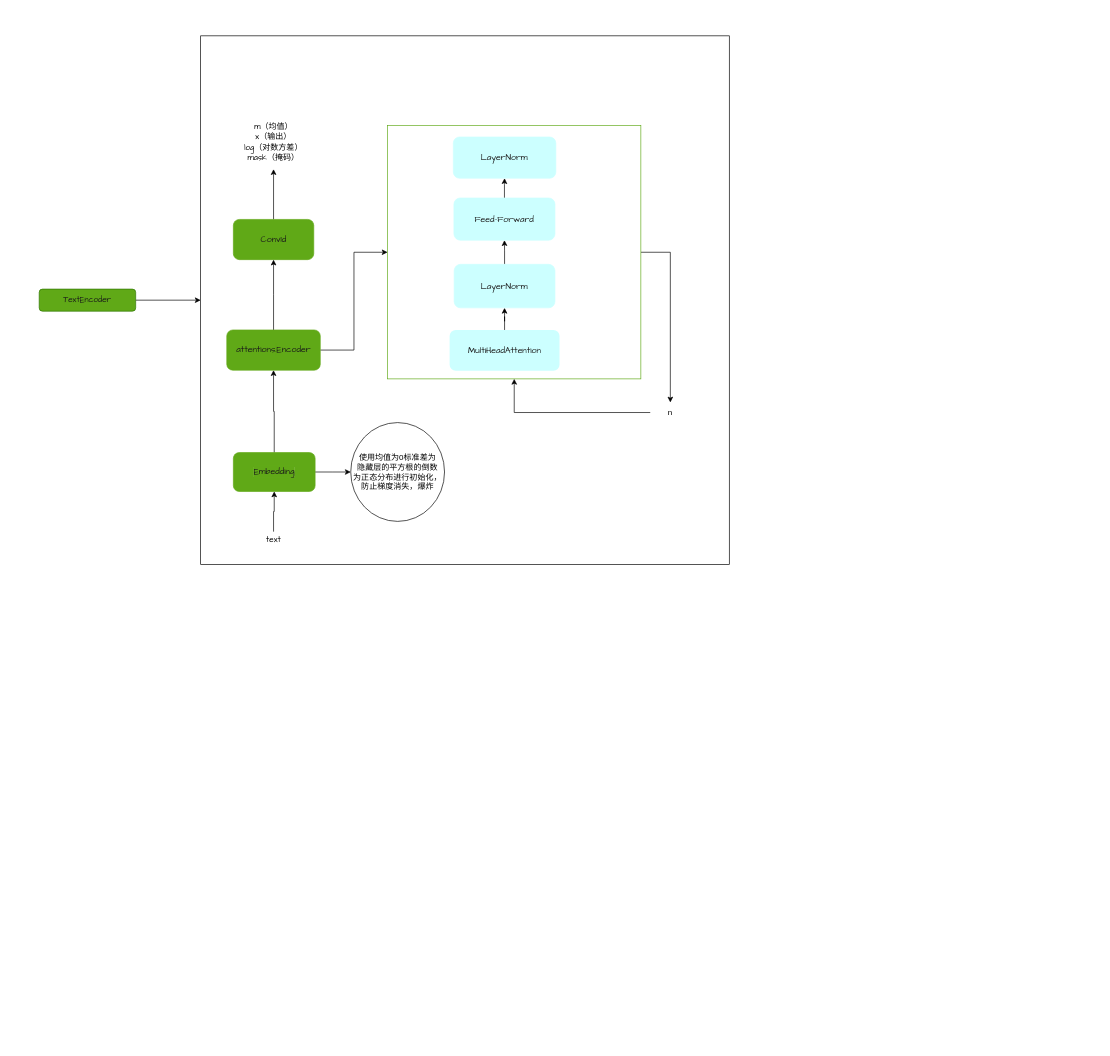
Above: 未命名绘图.drawio in Paramoeciu-bug/vits (draw.io), before the change. Source tidied: cells renumbered, new cells numbered last; positions are measured from the earlier drawing's top-left corner, leaving out a move shared by most shapes. Both pictures are drawn from the tidied source at 67%, with x=0, y=0 at pixel (39, 36).
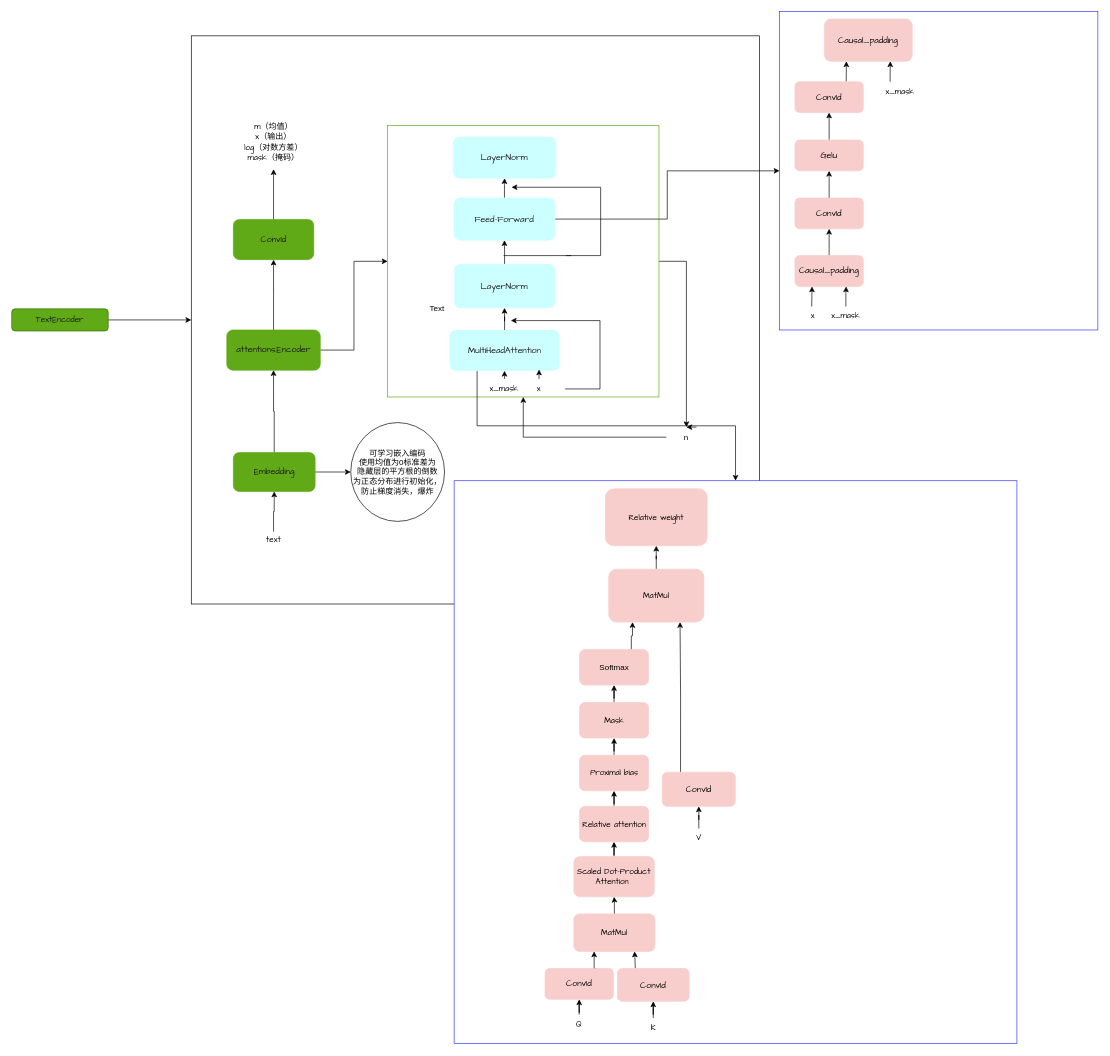
The same diagram, later.

Commit message:
更新未命名绘图.drawio

Unchanged cells that the change refers to:
```xml
<mxCell id="20" value="&lt;div style=&quot;&quot;&gt;&lt;div style=&quot;font-size: 9.8pt;&quot;&gt;&lt;div style=&quot;&quot;&gt;&lt;div style=&quot;font-size: 9.8pt;&quot;&gt;MultiHeadAttention&lt;/div&gt;&lt;/div&gt;&lt;/div&gt;&lt;/div&gt;" style="rounded=1;whiteSpace=wrap;html=1;labelBackgroundColor=#CCFFFF;strokeColor=none;fillColor=#CCFFFF;labelBorderColor=none;fontColor=#1A1A1A;fontFamily=Comic Sans MS;" parent="1" vertex="1">
  <mxGeometry x="612.6" y="439" width="164" height="61" as="geometry" />
</mxCell>
<mxCell id="24" value="&lt;div style=&quot;&quot;&gt;&lt;div style=&quot;&quot;&gt;&lt;font&gt;&lt;span style=&quot;font-size: 13.0667px;&quot;&gt;Feed-Forward&lt;/span&gt;&lt;/font&gt;&lt;font style=&quot;&quot;&gt;&lt;span style=&quot;font-size: 9.8pt;&quot;&gt;&lt;/span&gt;&lt;/font&gt;&lt;/div&gt;&lt;/div&gt;" style="rounded=1;whiteSpace=wrap;html=1;labelBackgroundColor=#CCFFFF;fontColor=#1A1A1A;strokeColor=#CCFFFF;fillColor=#CCFFFF;fontFamily=Comic Sans MS;" parent="1" vertex="1">
  <mxGeometry x="619" y="242" width="150.8" height="63" as="geometry" />
</mxCell>
```

Change to the diagram source:
```diff
@@
     <mxCell id="3" value="TextEncoder" style="rounded=1;whiteSpace=wrap;html=1;fillColor=#60a917;strokeColor=#2D7600;fontColor=#1A1A1A;fontStyle=0;fontFamily=Comic Sans MS;" parent="1" vertex="1">
-      <mxGeometry y="378" width="144" height="33" as="geometry" />
+      <mxGeometry x="-41" y="407.5" width="144" height="33" as="geometry" />
     </mxCell>
     <mxCell id="4" style="whiteSpace=wrap;html=1;labelBackgroundColor=#60A917;fontColor=#1A1A1A;fontFamily=Comic Sans MS;" parent="1" vertex="1">
-      <mxGeometry x="241" width="789" height="789" as="geometry" />
+      <mxGeometry x="227" width="848" height="848" as="geometry" />
     </mxCell>
@@
-    <mxCell id="15" value="使用均值为0标准差为&lt;br&gt;隐藏层的平方根的倒数&lt;br&gt;为正态分布进行初始化，&lt;br&gt;防止梯度消失，爆炸" style="ellipse;whiteSpace=wrap;html=1;" parent="1" vertex="1">
+    <mxCell id="15" value="可学习嵌入编码&lt;br&gt;使用均值为0标准差为&lt;br&gt;隐藏层的平方根的倒数&lt;br&gt;为正态分布进行初始化，&lt;br&gt;防止梯度消失，爆炸" style="ellipse;whiteSpace=wrap;html=1;" parent="1" vertex="1">
       <mxGeometry x="465" y="577.2" width="140" height="147.5" as="geometry" />
     </mxCell>
@@
     <mxCell id="17" style="whiteSpace=wrap;html=1;strokeColor=#60A917;gradientColor=none;fillColor=default;" parent="1" vertex="1">
-      <mxGeometry x="520" y="134" width="378" height="378" as="geometry" />
+      <mxGeometry x="520" y="134" width="405" height="405" as="geometry" />
     </mxCell>
@@
+    <mxCell id="28" style="edgeStyle=orthogonalEdgeStyle;rounded=0;jettySize=auto;html=1;exitX=0.25;exitY=1;exitDx=0;exitDy=0;entryX=0.5;entryY=0;entryDx=0;entryDy=0;" parent="1" edge="1" source="20" target="30">
+      <mxGeometry relative="1" as="geometry" />
+    </mxCell>
@@
+    <mxCell id="29" style="edgeStyle=orthogonalEdgeStyle;rounded=0;jettySize=auto;html=1;" parent="1" edge="1" source="24" target="59">
+      <mxGeometry relative="1" as="geometry" />
+    </mxCell>
@@
     <mxCell id="27" value="n" style="text;html=1;align=center;verticalAlign=middle;whiteSpace=wrap;rounded=0;" parent="1" vertex="1">
-      <mxGeometry x="912" y="547.2" width="60" height="30" as="geometry" />
+      <mxGeometry x="936" y="584" width="60" height="30" as="geometry" />
     </mxCell>
+    <mxCell id="30" style="whiteSpace=wrap;html=1;strokeColor=#3333FF;" parent="1" vertex="1">
+      <mxGeometry x="619.3" y="664" width="840" height="840" as="geometry" />
+    </mxCell>
+    <mxCell id="31" style="edgeStyle=orthogonalEdgeStyle;rounded=0;jettySize=auto;html=1;exitX=0.75;exitY=0;exitDx=0;exitDy=0;entryX=0.25;entryY=1;entryDx=0;entryDy=0;" parent="1" edge="1" source="32" target="44">
+      <mxGeometry relative="1" as="geometry" />
+    </mxCell>
+    <mxCell id="32" value="&lt;div style=&quot;&quot;&gt;&lt;div style=&quot;font-size: 9.8pt;&quot;&gt;Conv1d&lt;/div&gt;&lt;/div&gt;" style="rounded=1;whiteSpace=wrap;html=1;labelBackgroundColor=#F8CECC;strokeColor=#F8CECC;fillColor=#F8CECC;fontFamily=Comic Sans MS;" parent="1" vertex="1">
+      <mxGeometry x="755" y="1392" width="102" height="46" as="geometry" />
+    </mxCell>
+    <mxCell id="33" style="edgeStyle=orthogonalEdgeStyle;rounded=0;jettySize=auto;html=1;exitX=0.25;exitY=0;exitDx=0;exitDy=0;entryX=0.75;entryY=1;entryDx=0;entryDy=0;" parent="1" edge="1" source="34" target="44">
+      <mxGeometry relative="1" as="geometry" />
+    </mxCell>
+    <mxCell id="34" value="&lt;div style=&quot;&quot;&gt;&lt;div style=&quot;font-size: 9.8pt;&quot;&gt;Conv1d&lt;/div&gt;&lt;/div&gt;" style="rounded=1;whiteSpace=wrap;html=1;labelBackgroundColor=#F8CECC;strokeColor=#F8CECC;fillColor=#F8CECC;fontFamily=Comic Sans MS;" parent="1" vertex="1">
+      <mxGeometry x="863" y="1392" width="107" height="49" as="geometry" />
+    </mxCell>
+    <mxCell id="35" style="edgeStyle=orthogonalEdgeStyle;rounded=0;jettySize=auto;html=1;exitX=0.25;exitY=0;exitDx=0;exitDy=0;entryX=0.75;entryY=1;entryDx=0;entryDy=0;" parent="1" edge="1" source="36" target="56">
+      <mxGeometry relative="1" as="geometry" />
+    </mxCell>
+    <mxCell id="36" value="&lt;div style=&quot;&quot;&gt;&lt;div style=&quot;font-size: 9.8pt;&quot;&gt;Conv1d&lt;/div&gt;&lt;/div&gt;" style="rounded=1;whiteSpace=wrap;html=1;labelBackgroundColor=#F8CECC;strokeColor=#F8CECC;fillColor=#F8CECC;fontFamily=Comic Sans MS;" parent="1" vertex="1">
+      <mxGeometry x="930" y="1099" width="109" height="51" as="geometry" />
+    </mxCell>
+    <mxCell id="37" style="edgeStyle=orthogonalEdgeStyle;rounded=0;jettySize=auto;html=1;" parent="1" edge="1" source="38" target="32">
+      <mxGeometry relative="1" as="geometry" />
+    </mxCell>
+    <mxCell id="38" value="Q" style="text;html=1;align=center;verticalAlign=middle;whiteSpace=wrap;rounded=0;fontFamily=Comic Sans MS;" parent="1" vertex="1">
+      <mxGeometry x="776" y="1461" width="60" height="30" as="geometry" />
+    </mxCell>
+    <mxCell id="39" style="edgeStyle=orthogonalEdgeStyle;rounded=0;jettySize=auto;html=1;entryX=0.5;entryY=1;entryDx=0;entryDy=0;" parent="1" edge="1" source="40" target="34">
+      <mxGeometry relative="1" as="geometry" />
+    </mxCell>
+    <mxCell id="40" value="K" style="text;html=1;align=center;verticalAlign=middle;whiteSpace=wrap;rounded=0;fontFamily=Comic Sans MS;" parent="1" vertex="1">
+      <mxGeometry x="886.5" y="1466" width="60" height="30" as="geometry" />
+    </mxCell>
+    <mxCell id="41" style="edgeStyle=orthogonalEdgeStyle;rounded=0;jettySize=auto;html=1;" parent="1" edge="1" source="42" target="36">
+      <mxGeometry relative="1" as="geometry" />
+    </mxCell>
+    <mxCell id="42" value="V" style="text;html=1;align=center;verticalAlign=middle;whiteSpace=wrap;rounded=0;fontFamily=Comic Sans MS;" parent="1" vertex="1">
+      <mxGeometry x="954.5" y="1183" width="60" height="30" as="geometry" />
+    </mxCell>
+    <mxCell id="43" style="edgeStyle=orthogonalEdgeStyle;rounded=0;jettySize=auto;html=1;" parent="1" edge="1" source="44" target="46">
+      <mxGeometry relative="1" as="geometry" />
+    </mxCell>
+    <mxCell id="44" value="MatMul" style="rounded=1;whiteSpace=wrap;html=1;fontFamily=Comic Sans MS;fontColor=default;labelBorderColor=#F8CECC;labelBackgroundColor=#F8CECC;strokeColor=#F8CECC;fillColor=#F8CECC;" parent="1" vertex="1">
+      <mxGeometry x="798" y="1310.5" width="121" height="56" as="geometry" />
+    </mxCell>
+    <mxCell id="45" style="edgeStyle=orthogonalEdgeStyle;rounded=0;jettySize=auto;html=1;" parent="1" edge="1" source="46" target="48">
+      <mxGeometry relative="1" as="geometry" />
+    </mxCell>
+    <mxCell id="46" value="Scaled Dot-Product Attention&amp;nbsp;" style="rounded=1;whiteSpace=wrap;html=1;fontFamily=Comic Sans MS;labelBackgroundColor=#F8CECC;fillColor=#F8CECC;strokeColor=#F8CECC;" parent="1" vertex="1">
+      <mxGeometry x="798" y="1225" width="120" height="60" as="geometry" />
+    </mxCell>
+    <mxCell id="47" style="edgeStyle=orthogonalEdgeStyle;rounded=0;jettySize=auto;html=1;" parent="1" edge="1" source="48" target="50">
+      <mxGeometry relative="1" as="geometry" />
+    </mxCell>
+    <mxCell id="48" value="&lt;font face=&quot;Comic Sans MS&quot;&gt;Relative attention&lt;/font&gt;" style="rounded=1;whiteSpace=wrap;html=1;fillColor=#F8CECC;strokeColor=#F8CECC;" parent="1" vertex="1">
+      <mxGeometry x="806.5" y="1150" width="103" height="53" as="geometry" />
+    </mxCell>
+    <mxCell id="49" style="edgeStyle=orthogonalEdgeStyle;rounded=0;jettySize=auto;html=1;" parent="1" edge="1" source="50" target="52">
+      <mxGeometry relative="1" as="geometry" />
+    </mxCell>
+    <mxCell id="50" value="&lt;font face=&quot;Comic Sans MS&quot;&gt;Proximal bias&lt;/font&gt;" style="rounded=1;whiteSpace=wrap;html=1;fillColor=#F8CECC;strokeColor=#F8CECC;" parent="1" vertex="1">
+      <mxGeometry x="806.5" y="1073.8" width="103" height="53" as="geometry" />
+    </mxCell>
+    <mxCell id="51" style="edgeStyle=orthogonalEdgeStyle;rounded=0;jettySize=auto;html=1;entryX=0.5;entryY=1;entryDx=0;entryDy=0;" parent="1" edge="1" source="52" target="54">
+      <mxGeometry relative="1" as="geometry" />
+    </mxCell>
+    <mxCell id="52" value="&lt;font face=&quot;Comic Sans MS&quot;&gt;Mask&lt;/font&gt;" style="rounded=1;whiteSpace=wrap;html=1;fillColor=#F8CECC;strokeColor=#F8CECC;" parent="1" vertex="1">
+      <mxGeometry x="806.5" y="995" width="103" height="53" as="geometry" />
+    </mxCell>
+    <mxCell id="53" style="edgeStyle=orthogonalEdgeStyle;rounded=0;jettySize=auto;html=1;exitX=0.75;exitY=0;exitDx=0;exitDy=0;entryX=0.25;entryY=1;entryDx=0;entryDy=0;" parent="1" edge="1" source="54" target="56">
+      <mxGeometry relative="1" as="geometry" />
+    </mxCell>
+    <mxCell id="54" value="Softmax" style="rounded=1;whiteSpace=wrap;html=1;fillColor=#F8CECC;strokeColor=#F8CECC;" parent="1" vertex="1">
+      <mxGeometry x="806.5" y="916" width="103" height="53" as="geometry" />
+    </mxCell>
+    <mxCell id="55" style="edgeStyle=orthogonalEdgeStyle;rounded=0;jettySize=auto;html=1;exitX=0.5;exitY=0;exitDx=0;exitDy=0;" parent="1" edge="1" source="56" target="84">
+      <mxGeometry relative="1" as="geometry" />
+    </mxCell>
+    <mxCell id="56" value="MatMul" style="rounded=1;whiteSpace=wrap;html=1;fontFamily=Comic Sans MS;fontColor=default;labelBorderColor=#F8CECC;labelBackgroundColor=#F8CECC;strokeColor=#F8CECC;fillColor=#F8CECC;" parent="1" vertex="1">
+      <mxGeometry x="850" y="796" width="142" height="79" as="geometry" />
+    </mxCell>
+    <mxCell id="57" style="edgeStyle=orthogonalEdgeStyle;rounded=0;orthogonalLoop=1;jettySize=auto;html=1;exitX=0.5;exitY=1;exitDx=0;exitDy=0;" parent="1" edge="1" source="36" target="36">
+      <mxGeometry relative="1" as="geometry" />
+    </mxCell>
+    <mxCell id="58" style="edgeStyle=orthogonalEdgeStyle;rounded=0;orthogonalLoop=1;jettySize=auto;html=1;exitX=0.5;exitY=1;exitDx=0;exitDy=0;" parent="1" edge="1" source="42" target="42">
+      <mxGeometry relative="1" as="geometry" />
+    </mxCell>
+    <mxCell id="59" style="whiteSpace=wrap;html=1;strokeColor=#3333FF;" parent="1" vertex="1">
+      <mxGeometry x="1105" y="-36.1" width="475.1" height="475.1" as="geometry" />
+    </mxCell>
+    <mxCell id="60" style="edgeStyle=orthogonalEdgeStyle;rounded=0;jettySize=auto;html=1;entryX=0.5;entryY=1;entryDx=0;entryDy=0;" parent="1" edge="1" source="61" target="63">
+      <mxGeometry relative="1" as="geometry" />
+    </mxCell>
+    <mxCell id="61" value="&lt;div style=&quot;&quot;&gt;&lt;div style=&quot;font-size: 9.8pt;&quot;&gt;Conv1d&lt;/div&gt;&lt;/div&gt;" style="rounded=1;whiteSpace=wrap;html=1;labelBackgroundColor=#F8CECC;strokeColor=#F8CECC;fillColor=#F8CECC;fontFamily=Comic Sans MS;" parent="1" vertex="1">
+      <mxGeometry x="1128" y="242" width="102" height="46" as="geometry" />
+    </mxCell>
+    <mxCell id="62" style="edgeStyle=orthogonalEdgeStyle;rounded=0;jettySize=auto;html=1;" parent="1" edge="1" source="63" target="65">
+      <mxGeometry relative="1" as="geometry" />
+    </mxCell>
+    <mxCell id="63" value="&lt;div style=&quot;&quot;&gt;&lt;div style=&quot;font-size: 9.8pt;&quot;&gt;Gelu&lt;/div&gt;&lt;/div&gt;" style="rounded=1;whiteSpace=wrap;html=1;labelBackgroundColor=#F8CECC;strokeColor=#F8CECC;fillColor=#F8CECC;fontFamily=Comic Sans MS;" parent="1" vertex="1">
+      <mxGeometry x="1128" y="155.5" width="102" height="46" as="geometry" />
+    </mxCell>
+    <mxCell id="64" style="edgeStyle=orthogonalEdgeStyle;rounded=0;jettySize=auto;html=1;exitX=0.75;exitY=0;exitDx=0;exitDy=0;entryX=0.25;entryY=1;entryDx=0;entryDy=0;" parent="1" edge="1" source="65" target="72">
+      <mxGeometry relative="1" as="geometry" />
+    </mxCell>
+    <mxCell id="65" value="&lt;div style=&quot;&quot;&gt;&lt;div style=&quot;font-size: 9.8pt;&quot;&gt;Conv1d&lt;/div&gt;&lt;/div&gt;" style="rounded=1;whiteSpace=wrap;html=1;labelBackgroundColor=#F8CECC;strokeColor=#F8CECC;fillColor=#F8CECC;fontFamily=Comic Sans MS;" parent="1" vertex="1">
+      <mxGeometry x="1128" y="68.5" width="102" height="46" as="geometry" />
+    </mxCell>
+    <mxCell id="66" style="edgeStyle=orthogonalEdgeStyle;rounded=0;jettySize=auto;html=1;entryX=0.25;entryY=1;entryDx=0;entryDy=0;" parent="1" edge="1" target="71">
+      <mxGeometry relative="1" as="geometry">
+        <mxPoint x="1153" y="404" as="sourcePoint" />
+      </mxGeometry>
+    </mxCell>
+    <mxCell id="67" value="x" style="text;html=1;align=center;verticalAlign=middle;whiteSpace=wrap;rounded=0;fontFamily=Comic Sans MS;" parent="1" vertex="1">
+      <mxGeometry x="1125" y="404" width="60" height="30" as="geometry" />
+    </mxCell>
+    <mxCell id="68" style="edgeStyle=orthogonalEdgeStyle;rounded=0;jettySize=auto;html=1;entryX=0.75;entryY=1;entryDx=0;entryDy=0;" parent="1" edge="1" source="69" target="71">
+      <mxGeometry relative="1" as="geometry" />
+    </mxCell>
+    <mxCell id="69" value="x_mask" style="text;html=1;align=center;verticalAlign=middle;whiteSpace=wrap;rounded=0;fontFamily=Comic Sans MS;" parent="1" vertex="1">
+      <mxGeometry x="1174" y="404" width="60" height="30" as="geometry" />
+    </mxCell>
+    <mxCell id="70" style="edgeStyle=orthogonalEdgeStyle;rounded=0;jettySize=auto;html=1;entryX=0.5;entryY=1;entryDx=0;entryDy=0;" parent="1" edge="1" source="71" target="61">
+      <mxGeometry relative="1" as="geometry" />
+    </mxCell>
+    <mxCell id="71" value="&lt;div style=&quot;&quot;&gt;&lt;div style=&quot;font-size: 9.8pt;&quot;&gt;Causal_padding&lt;/div&gt;&lt;/div&gt;" style="rounded=1;whiteSpace=wrap;html=1;labelBackgroundColor=#F8CECC;strokeColor=#F8CECC;fillColor=#F8CECC;fontFamily=Comic Sans MS;" parent="1" vertex="1">
+      <mxGeometry x="1128" y="328" width="102" height="46" as="geometry" />
+    </mxCell>
+    <mxCell id="72" value="&lt;div style=&quot;&quot;&gt;&lt;div style=&quot;font-size: 9.8pt;&quot;&gt;Causal_padding&lt;/div&gt;&lt;/div&gt;" style="rounded=1;whiteSpace=wrap;html=1;labelBackgroundColor=#F8CECC;strokeColor=#F8CECC;fillColor=#F8CECC;fontFamily=Comic Sans MS;" parent="1" vertex="1">
+      <mxGeometry x="1172" y="-25" width="131" height="63" as="geometry" />
+    </mxCell>
+    <mxCell id="73" style="edgeStyle=orthogonalEdgeStyle;rounded=0;jettySize=auto;html=1;exitX=0.25;exitY=0;exitDx=0;exitDy=0;entryX=0.75;entryY=1;entryDx=0;entryDy=0;" parent="1" edge="1" source="74" target="72">
+      <mxGeometry relative="1" as="geometry" />
+    </mxCell>
+    <mxCell id="74" value="x_mask" style="text;html=1;align=center;verticalAlign=middle;whiteSpace=wrap;rounded=0;fontFamily=Comic Sans MS;" parent="1" vertex="1">
+      <mxGeometry x="1255" y="68.5" width="60" height="30" as="geometry" />
+    </mxCell>
+    <mxCell id="75" value="Text" style="text;html=1;align=center;verticalAlign=middle;whiteSpace=wrap;rounded=0;" parent="1" vertex="1">
+      <mxGeometry x="564" y="392" width="60" height="30" as="geometry" />
+    </mxCell>
+    <mxCell id="76" style="edgeStyle=orthogonalEdgeStyle;rounded=0;orthogonalLoop=1;jettySize=auto;html=1;exitX=0.75;exitY=0;exitDx=0;exitDy=0;entryX=0.5;entryY=0;entryDx=0;entryDy=0;" parent="1" edge="1" source="27" target="27">
+      <mxGeometry relative="1" as="geometry" />
+    </mxCell>
+    <mxCell id="77" value="x" style="text;html=1;align=center;verticalAlign=middle;whiteSpace=wrap;rounded=0;fontFamily=Comic Sans MS;" parent="1" vertex="1">
+      <mxGeometry x="716" y="512" width="60" height="30" as="geometry" />
+    </mxCell>
+    <mxCell id="78" style="edgeStyle=orthogonalEdgeStyle;rounded=0;jettySize=auto;html=1;exitX=0.5;exitY=0;exitDx=0;exitDy=0;entryX=0.5;entryY=1;entryDx=0;entryDy=0;" parent="1" edge="1" source="79" target="20">
+      <mxGeometry relative="1" as="geometry" />
+    </mxCell>
+    <mxCell id="79" value="x_mask" style="text;html=1;align=center;verticalAlign=middle;whiteSpace=wrap;rounded=0;fontFamily=Comic Sans MS;" parent="1" vertex="1">
+      <mxGeometry x="664.4" y="512" width="60" height="30" as="geometry" />
+    </mxCell>
+    <mxCell id="80" style="edgeStyle=orthogonalEdgeStyle;rounded=0;jettySize=auto;html=1;exitX=0.5;exitY=0;exitDx=0;exitDy=0;entryX=0.814;entryY=0.967;entryDx=0;entryDy=0;entryPerimeter=0;" parent="1" edge="1" source="77" target="20">
+      <mxGeometry relative="1" as="geometry" />
+    </mxCell>
+    <mxCell id="81" style="endArrow=classic;html=1;rounded=0;exitX=1;exitY=0.5;exitDx=0;exitDy=0;" parent="1" edge="1">
+      <mxGeometry relative="1" as="geometry">
+        <mxPoint x="786" y="328" as="sourcePoint" />
+        <mxPoint x="705" y="226" as="targetPoint" />
+        <Array as="points">
+          <mxPoint x="838" y="328" />
+          <mxPoint x="838" y="226" />
+        </Array>
+      </mxGeometry>
+    </mxCell>
+    <mxCell id="82" style="endArrow=classic;html=1;rounded=0;exitX=1;exitY=0.5;exitDx=0;exitDy=0;" parent="1" edge="1">
+      <mxGeometry relative="1" as="geometry">
+        <mxPoint x="785" y="527" as="sourcePoint" />
+        <mxPoint x="704" y="425" as="targetPoint" />
+        <Array as="points">
+          <mxPoint x="837" y="527" />
+          <mxPoint x="837" y="425" />
+        </Array>
+      </mxGeometry>
+    </mxCell>
+    <mxCell id="83" style="endArrow=none;html=1;rounded=0;" parent="1" edge="1">
+      <mxGeometry relative="1" as="geometry">
+        <mxPoint x="693" y="328" as="sourcePoint" />
+        <mxPoint x="794" y="328" as="targetPoint" />
+      </mxGeometry>
+    </mxCell>
+    <mxCell id="84" value="&lt;font face=&quot;Comic Sans MS&quot;&gt;Relative weight&lt;/font&gt;" style="rounded=1;whiteSpace=wrap;html=1;fillColor=#F8CECC;strokeColor=#F8CECC;" parent="1" vertex="1">
+      <mxGeometry x="845" y="676" width="152" height="85" as="geometry" />
+    </mxCell>
```
